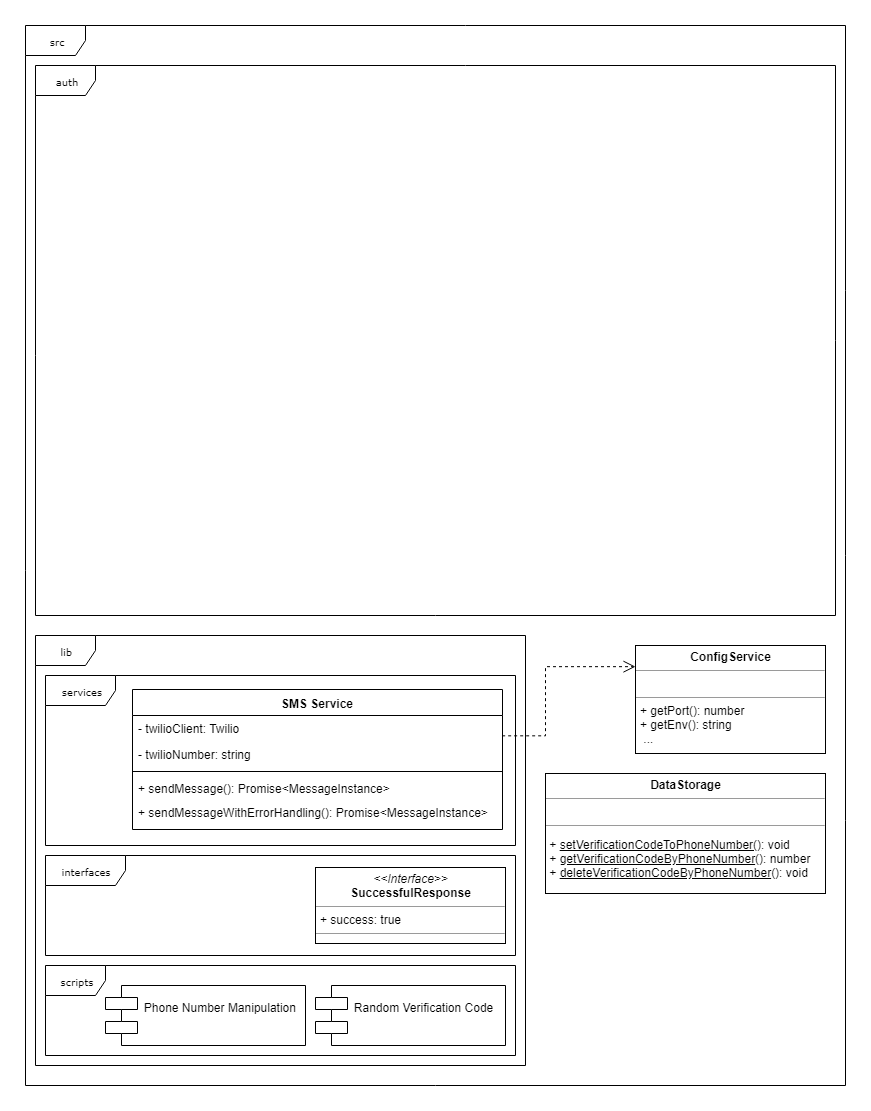
The draw.io diagram diagrams/classes-diagram.png in mazyvan/sending-verification-algorithm, before a commit. Source tidied: cells renumbered, new cells last; positions are measured from the earlier drawing's top-left corner, leaving out a move shared by most shapes.
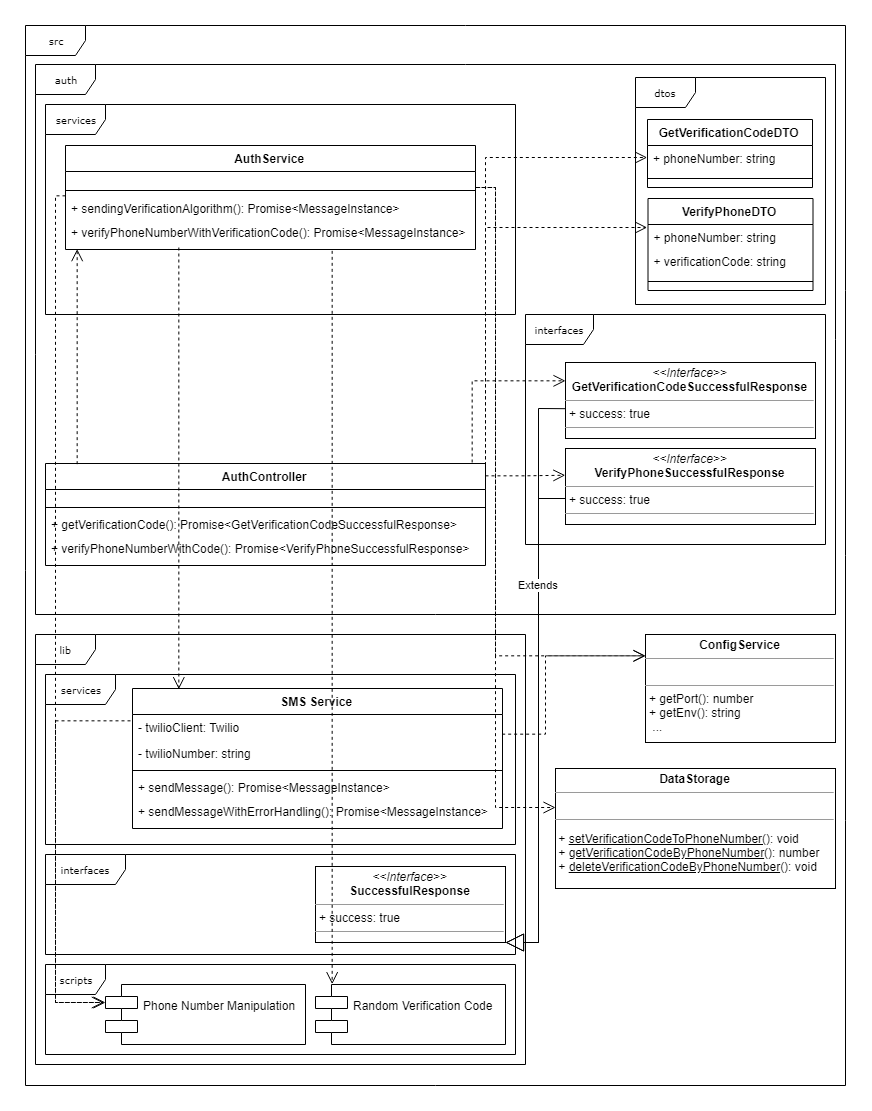
Above is the later version.

The edit, as a diff of the source:
```diff
@@ -2,8 +2,11 @@
   <root>
     <mxCell id="0" />
     <mxCell id="1" parent="0" />
+    <mxCell id="5" value="auth&lt;br&gt;" style="shape=umlFrame;whiteSpace=wrap;html=1;rounded=0;shadow=0;comic=0;labelBackgroundColor=none;strokeColor=#000000;strokeWidth=1;fillColor=#ffffff;fontFamily=Verdana;fontSize=10;fontColor=#000000;align=center;" parent="1" vertex="1">
+      <mxGeometry x="10" y="40" width="800" height="550" as="geometry" />
+    </mxCell>
     <mxCell id="2" value="src" style="shape=umlFrame;whiteSpace=wrap;html=1;rounded=0;shadow=0;comic=0;labelBackgroundColor=none;strokeColor=#000000;strokeWidth=1;fillColor=#ffffff;fontFamily=Verdana;fontSize=10;fontColor=#000000;align=center;" parent="1" vertex="1">
-      <mxGeometry width="820" height="1060" as="geometry" />
+      <mxGeometry y="1" width="820" height="1060" as="geometry" />
     </mxCell>
     <mxCell id="3" value="lib&lt;br&gt;" style="shape=umlFrame;whiteSpace=wrap;html=1;rounded=0;shadow=0;comic=0;labelBackgroundColor=none;strokeColor=#000000;strokeWidth=1;fillColor=#ffffff;fontFamily=Verdana;fontSize=10;fontColor=#000000;align=center;" parent="1" vertex="1">
       <mxGeometry x="10" y="610" width="490" height="430" as="geometry" />
@@ -11,14 +14,11 @@
     <mxCell id="4" value="scripts&lt;br&gt;" style="shape=umlFrame;whiteSpace=wrap;html=1;rounded=0;shadow=0;comic=0;labelBackgroundColor=none;strokeColor=#000000;strokeWidth=1;fillColor=#ffffff;fontFamily=Verdana;fontSize=10;fontColor=#000000;align=center;" parent="1" vertex="1">
       <mxGeometry x="20" y="940" width="470" height="90" as="geometry" />
     </mxCell>
-    <mxCell id="5" value="auth&lt;br&gt;" style="shape=umlFrame;whiteSpace=wrap;html=1;rounded=0;shadow=0;comic=0;labelBackgroundColor=none;strokeColor=#000000;strokeWidth=1;fillColor=#ffffff;fontFamily=Verdana;fontSize=10;fontColor=#000000;align=center;" parent="1" vertex="1">
-      <mxGeometry x="10" y="40" width="800" height="550" as="geometry" />
-    </mxCell>
     <mxCell id="6" value="&lt;p style=&quot;margin: 0px ; margin-top: 4px ; text-align: center&quot;&gt;&lt;b&gt;ConfigService&lt;/b&gt;&lt;/p&gt;&lt;hr size=&quot;1&quot;&gt;&lt;p style=&quot;margin: 0px ; margin-left: 4px&quot;&gt;&lt;br&gt;&lt;/p&gt;&lt;hr size=&quot;1&quot;&gt;&lt;p style=&quot;margin: 0px ; margin-left: 4px&quot;&gt;+ getPort(): number&lt;br&gt;+ getEnv(): string&lt;br&gt;&lt;span&gt;&amp;nbsp;...&lt;/span&gt;&lt;/p&gt;" style="verticalAlign=top;align=left;overflow=fill;fontSize=12;fontFamily=Helvetica;html=1;rounded=0;shadow=0;comic=0;labelBackgroundColor=none;strokeColor=#000000;strokeWidth=1;fillColor=#ffffff;" parent="1" vertex="1">
-      <mxGeometry x="610" y="620" width="190" height="108" as="geometry" />
+      <mxGeometry x="620" y="610" width="190" height="108" as="geometry" />
     </mxCell>
     <mxCell id="7" value="&lt;p style=&quot;margin: 0px ; margin-top: 4px ; text-align: center&quot;&gt;&lt;b&gt;DataStorage&lt;/b&gt;&lt;/p&gt;&lt;hr size=&quot;1&quot;&gt;&lt;p style=&quot;margin: 0px ; margin-left: 4px&quot;&gt;&lt;br&gt;&lt;/p&gt;&lt;hr size=&quot;1&quot;&gt;&lt;p&gt;&amp;nbsp;+&amp;nbsp;&lt;u&gt;setVerificationCodeToPhoneNumber()&lt;/u&gt;: void&lt;br&gt;&lt;span&gt;&amp;nbsp;+&amp;nbsp;&lt;/span&gt;&lt;span&gt;&lt;u&gt;getVerificationCodeByPhoneNumber&lt;/u&gt;&lt;/span&gt;&lt;span&gt;(): number&lt;br&gt;&lt;/span&gt;&lt;span&gt;&amp;nbsp;+&amp;nbsp;&lt;/span&gt;&lt;span&gt;&lt;u&gt;deleteVerificationCodeByPhoneNumber&lt;/u&gt;&lt;/span&gt;&lt;span&gt;(): void&lt;/span&gt;&lt;/p&gt;&lt;p&gt;&lt;span&gt;&amp;nbsp;...&lt;/span&gt;&lt;/p&gt;" style="verticalAlign=top;align=left;overflow=fill;fontSize=12;fontFamily=Helvetica;html=1;rounded=0;shadow=0;comic=0;labelBackgroundColor=none;strokeColor=#000000;strokeWidth=1;fillColor=#ffffff;" parent="1" vertex="1">
-      <mxGeometry x="520" y="748" width="280" height="120" as="geometry" />
+      <mxGeometry x="530" y="744" width="280" height="120" as="geometry" />
     </mxCell>
     <mxCell id="8" value="Phone Number Manipulation&#10;" style="shape=component;align=left;spacingLeft=36;" parent="1" vertex="1">
       <mxGeometry x="80" y="960" width="200" height="60" as="geometry" />
@@ -57,9 +57,188 @@
       <mxGeometry relative="1" as="geometry">
         <Array as="points">
           <mxPoint x="520" y="710" />
-          <mxPoint x="520" y="641" />
+          <mxPoint x="520" y="631" />
         </Array>
       </mxGeometry>
     </mxCell>
+    <mxCell id="20" value="dtos&lt;br&gt;" style="shape=umlFrame;whiteSpace=wrap;html=1;rounded=0;shadow=0;comic=0;labelBackgroundColor=none;strokeColor=#000000;strokeWidth=1;fillColor=#ffffff;fontFamily=Verdana;fontSize=10;fontColor=#000000;align=center;" parent="1" vertex="1">
+      <mxGeometry x="610" y="53" width="190" height="227" as="geometry" />
+    </mxCell>
+    <mxCell id="21" value="interfaces&lt;br&gt;" style="shape=umlFrame;whiteSpace=wrap;html=1;rounded=0;shadow=0;comic=0;labelBackgroundColor=none;strokeColor=#000000;strokeWidth=1;fillColor=#ffffff;fontFamily=Verdana;fontSize=10;fontColor=#000000;align=center;width=68;height=30;" parent="1" vertex="1">
+      <mxGeometry x="500" y="290" width="300" height="230" as="geometry" />
+    </mxCell>
+    <mxCell id="22" value="services&lt;br&gt;" style="shape=umlFrame;whiteSpace=wrap;html=1;rounded=0;shadow=0;comic=0;labelBackgroundColor=none;strokeColor=#000000;strokeWidth=1;fillColor=#ffffff;fontFamily=Verdana;fontSize=10;fontColor=#000000;align=center;" parent="1" vertex="1">
+      <mxGeometry x="20" y="80" width="470" height="210" as="geometry" />
+    </mxCell>
+    <mxCell id="23" value="VerifyPhoneDTO" style="swimlane;fontStyle=1;align=center;verticalAlign=top;horizontal=1;startSize=26;" parent="1" vertex="1">
+      <mxGeometry x="622.5" y="174" width="165" height="92" as="geometry" />
+    </mxCell>
+    <mxCell id="24" value="+ phoneNumber: string&#10;" style="text;strokeColor=none;fillColor=none;align=left;verticalAlign=top;spacingLeft=4;spacingRight=4;overflow=hidden;" parent="23" vertex="1">
+      <mxGeometry y="26" width="165" height="24" as="geometry" />
+    </mxCell>
+    <mxCell id="25" value="+ verificationCode: string&#10;" style="text;strokeColor=none;fillColor=none;align=left;verticalAlign=top;spacingLeft=4;spacingRight=4;overflow=hidden;" parent="23" vertex="1">
+      <mxGeometry y="50" width="165" height="24" as="geometry" />
+    </mxCell>
+    <mxCell id="26" style="line;strokeWidth=1;fillColor=none;align=left;verticalAlign=middle;spacingTop=-1;spacingLeft=3;spacingRight=3;labelPosition=right;" parent="23" vertex="1">
+      <mxGeometry y="74" width="165" height="18" as="geometry" />
+    </mxCell>
+    <mxCell id="27" value="GetVerificationCodeDTO" style="swimlane;fontStyle=1;align=center;verticalAlign=top;horizontal=1;startSize=26;" parent="1" vertex="1">
+      <mxGeometry x="622" y="95" width="165" height="68" as="geometry" />
+    </mxCell>
+    <mxCell id="28" value="+ phoneNumber: string&#10;" style="text;strokeColor=none;fillColor=none;align=left;verticalAlign=top;spacingLeft=4;spacingRight=4;overflow=hidden;points=[[0,0.5],[1,0.5]];portConstraint=eastwest;" parent="27" vertex="1">
+      <mxGeometry y="26" width="165" height="24" as="geometry" />
+    </mxCell>
+    <mxCell id="29" style="line;strokeWidth=1;fillColor=none;align=left;verticalAlign=middle;spacingTop=-1;spacingLeft=3;spacingRight=3;labelPosition=right;" parent="27" vertex="1">
+      <mxGeometry y="50" width="165" height="18" as="geometry" />
+    </mxCell>
+    <mxCell id="30" value="&lt;p style=&quot;margin: 0px ; margin-top: 4px ; text-align: center&quot;&gt;&lt;i&gt;&amp;lt;&amp;lt;Interface&amp;gt;&amp;gt;&lt;/i&gt;&lt;br&gt;&lt;span&gt;&lt;b&gt;GetVerificationCodeSuccessfulResponse&lt;/b&gt;&lt;/span&gt;&lt;/p&gt;&lt;hr size=&quot;1&quot;&gt;&lt;p style=&quot;margin: 0px ; margin-left: 4px&quot;&gt;+ success: true&lt;br&gt;&lt;/p&gt;&lt;hr size=&quot;1&quot;&gt;&lt;p style=&quot;margin: 0px ; margin-left: 4px&quot;&gt;&lt;br&gt;&lt;/p&gt;" style="verticalAlign=top;align=left;overflow=fill;fontSize=12;fontFamily=Helvetica;html=1;" parent="1" vertex="1">
+      <mxGeometry x="540" y="338" width="250" height="76" as="geometry" />
+    </mxCell>
+    <mxCell id="31" value="&lt;p style=&quot;margin: 0px ; margin-top: 4px ; text-align: center&quot;&gt;&lt;i&gt;&amp;lt;&amp;lt;Interface&amp;gt;&amp;gt;&lt;/i&gt;&lt;br&gt;&lt;span&gt;&lt;b&gt;VerifyPhoneSuccessfulResponse&lt;/b&gt;&lt;/span&gt;&lt;/p&gt;&lt;hr size=&quot;1&quot;&gt;&lt;p style=&quot;margin: 0px ; margin-left: 4px&quot;&gt;+ success: true&lt;br&gt;&lt;/p&gt;&lt;hr size=&quot;1&quot;&gt;&lt;p style=&quot;margin: 0px ; margin-left: 4px&quot;&gt;&lt;br&gt;&lt;/p&gt;" style="verticalAlign=top;align=left;overflow=fill;fontSize=12;fontFamily=Helvetica;html=1;" parent="1" vertex="1">
+      <mxGeometry x="540" y="424" width="250" height="76" as="geometry" />
+    </mxCell>
+    <mxCell id="32" style="endArrow=block;endSize=16;endFill=0;html=1;exitX=0;exitY=0.5;exitDx=0;exitDy=0;rounded=0;" parent="1" edge="1">
+      <mxGeometry x="-0.28" y="-53" relative="1" as="geometry">
+        <mxPoint x="540" y="384.2" as="sourcePoint" />
+        <mxPoint x="480" y="918" as="targetPoint" />
+        <Array as="points">
+          <mxPoint x="513" y="384" />
+          <mxPoint x="513" y="918" />
+        </Array>
+      </mxGeometry>
+    </mxCell>
+    <mxCell id="33" value="Extends" style="endArrow=block;endSize=16;endFill=0;html=1;rounded=0;" parent="1" edge="1">
+      <mxGeometry x="-0.55" relative="1" as="geometry">
+        <mxPoint x="540" y="474" as="sourcePoint" />
+        <mxPoint x="480" y="918" as="targetPoint" />
+        <Array as="points">
+          <mxPoint x="513" y="474" />
+          <mxPoint x="513" y="918" />
+        </Array>
+      </mxGeometry>
+    </mxCell>
+    <mxCell id="34" style="edgeStyle=orthogonalEdgeStyle;rounded=0;html=1;dashed=1;labelBackgroundColor=none;startFill=0;endArrow=open;endFill=0;endSize=10;fontFamily=Verdana;fontSize=10;entryX=0;entryY=0.3;entryDx=0;entryDy=0;exitX=-0.006;exitY=0.293;exitDx=0;exitDy=0;exitPerimeter=0;" parent="1" edge="1" target="8">
+      <mxGeometry relative="1" as="geometry">
+        <mxPoint x="104.8" y="695.6" as="sourcePoint" />
+        <Array as="points">
+          <mxPoint x="84" y="696" />
+          <mxPoint x="30" y="696" />
+          <mxPoint x="30" y="978" />
+        </Array>
+      </mxGeometry>
+    </mxCell>
+    <mxCell id="35" value="AuthService" style="swimlane;fontStyle=1;align=center;verticalAlign=top;horizontal=1;startSize=26;" parent="1" vertex="1">
+      <mxGeometry x="40" y="121" width="410" height="104" as="geometry" />
+    </mxCell>
+    <mxCell id="36" value=" " style="text;strokeColor=none;fillColor=none;align=left;verticalAlign=top;spacingLeft=4;spacingRight=4;overflow=hidden;" parent="35" vertex="1">
+      <mxGeometry y="26" width="410" height="14" as="geometry" />
+    </mxCell>
+    <mxCell id="37" style="line;strokeWidth=1;fillColor=none;align=left;verticalAlign=middle;spacingTop=-1;spacingLeft=3;spacingRight=3;labelPosition=right;" parent="35" vertex="1">
+      <mxGeometry y="40" width="410" height="10" as="geometry" />
+    </mxCell>
+    <mxCell id="38" value="+ sendingVerificationAlgorithm(): Promise&lt;MessageInstance&gt;&#10;" style="text;strokeColor=none;fillColor=none;align=left;verticalAlign=top;spacingLeft=4;spacingRight=4;overflow=hidden;points=[[0,0.5],[1,0.5]];portConstraint=eastwest;" parent="35" vertex="1">
+      <mxGeometry y="50" width="410" height="24" as="geometry" />
+    </mxCell>
+    <mxCell id="39" value="+ verifyPhoneNumberWithVerificationCode(): Promise&lt;MessageInstance&gt;&#10;" style="text;strokeColor=none;fillColor=none;align=left;verticalAlign=top;spacingLeft=4;spacingRight=4;overflow=hidden;points=[[0,0.5],[1,0.5]];portConstraint=eastwest;" parent="35" vertex="1">
+      <mxGeometry y="74" width="410" height="30" as="geometry" />
+    </mxCell>
+    <mxCell id="40" style="edgeStyle=orthogonalEdgeStyle;rounded=0;html=1;dashed=1;labelBackgroundColor=none;startFill=0;endArrow=open;endFill=0;endSize=10;fontFamily=Verdana;fontSize=10;exitX=1;exitY=0.5;exitDx=0;exitDy=0;entryX=0.004;entryY=0.196;entryDx=0;entryDy=0;entryPerimeter=0;" parent="1" edge="1" target="6">
+      <mxGeometry relative="1" as="geometry">
+        <mxPoint x="449.9" y="163" as="sourcePoint" />
+        <Array as="points">
+          <mxPoint x="470" y="163" />
+          <mxPoint x="470" y="631" />
+        </Array>
+      </mxGeometry>
+    </mxCell>
+    <mxCell id="41" value="AuthController" style="swimlane;fontStyle=1;align=center;verticalAlign=top;horizontal=1;startSize=26;" parent="1" vertex="1">
+      <mxGeometry x="20" y="439" width="440" height="102" as="geometry" />
+    </mxCell>
+    <mxCell id="42" value=" " style="text;strokeColor=none;fillColor=none;align=left;verticalAlign=top;spacingLeft=4;spacingRight=4;overflow=hidden;" parent="41" vertex="1">
+      <mxGeometry y="26" width="440" height="14" as="geometry" />
+    </mxCell>
+    <mxCell id="43" style="line;strokeWidth=1;fillColor=none;align=left;verticalAlign=middle;spacingTop=-1;spacingLeft=3;spacingRight=3;labelPosition=right;" parent="41" vertex="1">
+      <mxGeometry y="40" width="440" height="8" as="geometry" />
+    </mxCell>
+    <mxCell id="44" value="+ getVerificationCode(): Promise&lt;GetVerificationCodeSuccessfulResponse&gt;&#10;" style="text;strokeColor=none;fillColor=none;align=left;verticalAlign=top;spacingLeft=4;spacingRight=4;overflow=hidden;" parent="41" vertex="1">
+      <mxGeometry y="48" width="440" height="24" as="geometry" />
+    </mxCell>
+    <mxCell id="45" value="+ verifyPhoneNumberWithCode(): Promise&lt;VerifyPhoneSuccessfulResponse&gt;&#10;" style="text;strokeColor=none;fillColor=none;align=left;verticalAlign=top;spacingLeft=4;spacingRight=4;overflow=hidden;" parent="41" vertex="1">
+      <mxGeometry y="72" width="440" height="30" as="geometry" />
+    </mxCell>
+    <mxCell id="46" style="edgeStyle=orthogonalEdgeStyle;rounded=0;html=1;dashed=1;labelBackgroundColor=none;startFill=0;endArrow=open;endFill=0;endSize=10;fontFamily=Verdana;fontSize=10;" parent="1" edge="1">
+      <mxGeometry relative="1" as="geometry">
+        <mxPoint x="153" y="223" as="sourcePoint" />
+        <mxPoint x="153" y="665" as="targetPoint" />
+        <Array as="points">
+          <mxPoint x="153" y="440" />
+          <mxPoint x="153" y="440" />
+        </Array>
+      </mxGeometry>
+    </mxCell>
+    <mxCell id="47" style="edgeStyle=orthogonalEdgeStyle;rounded=0;html=1;dashed=1;labelBackgroundColor=none;startFill=0;endArrow=open;endFill=0;endSize=10;fontFamily=Verdana;fontSize=10;exitX=-0.001;exitY=0.025;exitDx=0;exitDy=0;exitPerimeter=0;" parent="1" edge="1" source="38">
+      <mxGeometry relative="1" as="geometry">
+        <mxPoint x="79" y="978" as="targetPoint" />
+        <Array as="points">
+          <mxPoint x="30" y="172" />
+          <mxPoint x="30" y="978" />
+        </Array>
+      </mxGeometry>
+    </mxCell>
+    <mxCell id="48" style="edgeStyle=orthogonalEdgeStyle;rounded=0;html=1;dashed=1;labelBackgroundColor=none;startFill=0;endArrow=open;endFill=0;endSize=10;fontFamily=Verdana;fontSize=10;exitX=0.65;exitY=1.043;exitDx=0;exitDy=0;exitPerimeter=0;" parent="1" edge="1" source="39">
+      <mxGeometry relative="1" as="geometry">
+        <mxPoint x="307" y="960" as="targetPoint" />
+        <Array as="points">
+          <mxPoint x="307" y="247" />
+        </Array>
+      </mxGeometry>
+    </mxCell>
+    <mxCell id="49" style="edgeStyle=orthogonalEdgeStyle;rounded=0;html=1;dashed=1;labelBackgroundColor=none;startFill=0;endArrow=open;endFill=0;endSize=10;fontFamily=Verdana;fontSize=10;entryX=-0.004;entryY=0.324;entryDx=0;entryDy=0;entryPerimeter=0;" parent="1" edge="1">
+      <mxGeometry relative="1" as="geometry">
+        <mxPoint x="451" y="163" as="sourcePoint" />
+        <mxPoint x="529.8" y="782.9" as="targetPoint" />
+        <Array as="points">
+          <mxPoint x="470" y="163" />
+          <mxPoint x="470" y="783" />
+        </Array>
+      </mxGeometry>
+    </mxCell>
+    <mxCell id="50" style="edgeStyle=orthogonalEdgeStyle;rounded=0;html=1;dashed=1;labelBackgroundColor=none;startFill=0;endArrow=open;endFill=0;endSize=10;fontFamily=Verdana;fontSize=10;exitX=0.431;exitY=0.01;exitDx=0;exitDy=0;exitPerimeter=0;entryX=0.414;entryY=0.994;entryDx=0;entryDy=0;entryPerimeter=0;" parent="1" edge="1">
+      <mxGeometry relative="1" as="geometry">
+        <mxPoint x="51.2" y="440.4" as="sourcePoint" />
+        <mxPoint x="51.2" y="225.1" as="targetPoint" />
+        <Array as="points">
+          <mxPoint x="51" y="230" />
+        </Array>
+      </mxGeometry>
+    </mxCell>
+    <mxCell id="51" style="edgeStyle=orthogonalEdgeStyle;rounded=0;html=1;dashed=1;labelBackgroundColor=none;startFill=0;endArrow=open;endFill=0;endSize=10;fontFamily=Verdana;fontSize=10;entryX=0;entryY=0.5;entryDx=0;entryDy=0;" parent="1" edge="1" target="28">
+      <mxGeometry relative="1" as="geometry">
+        <mxPoint x="460" y="465" as="sourcePoint" />
+        <Array as="points">
+          <mxPoint x="460" y="133" />
+        </Array>
+      </mxGeometry>
+    </mxCell>
+    <mxCell id="52" style="edgeStyle=orthogonalEdgeStyle;rounded=0;html=1;dashed=1;labelBackgroundColor=none;startFill=0;endArrow=open;endFill=0;endSize=10;fontFamily=Verdana;fontSize=10;entryX=0;entryY=0.5;entryDx=0;entryDy=0;exitX=1;exitY=0.134;exitDx=0;exitDy=0;exitPerimeter=0;" parent="1" edge="1" source="41">
+      <mxGeometry relative="1" as="geometry">
+        <mxPoint x="621.4" y="203.4" as="targetPoint" />
+        <Array as="points">
+          <mxPoint x="460" y="203" />
+        </Array>
+      </mxGeometry>
+    </mxCell>
+    <mxCell id="53" style="edgeStyle=orthogonalEdgeStyle;rounded=0;html=1;dashed=1;labelBackgroundColor=none;startFill=0;endArrow=open;endFill=0;endSize=10;fontFamily=Verdana;fontSize=10;entryX=0;entryY=0.25;entryDx=0;entryDy=0;exitX=0.969;exitY=-0.014;exitDx=0;exitDy=0;exitPerimeter=0;" parent="1" edge="1" source="41" target="30">
+      <mxGeometry relative="1" as="geometry">
+        <Array as="points">
+          <mxPoint x="446" y="357" />
+        </Array>
+      </mxGeometry>
+    </mxCell>
+    <mxCell id="54" style="edgeStyle=orthogonalEdgeStyle;rounded=0;html=1;dashed=1;labelBackgroundColor=none;startFill=0;endArrow=open;endFill=0;endSize=10;fontFamily=Verdana;fontSize=10;entryX=0;entryY=0.5;entryDx=0;entryDy=0;exitX=1;exitY=0.117;exitDx=0;exitDy=0;exitPerimeter=0;" parent="1" edge="1" source="41">
+      <mxGeometry relative="1" as="geometry">
+        <mxPoint x="539.8" y="450.7" as="targetPoint" />
+      </mxGeometry>
+    </mxCell>
   </root>
 </mxGraphModel>
```
